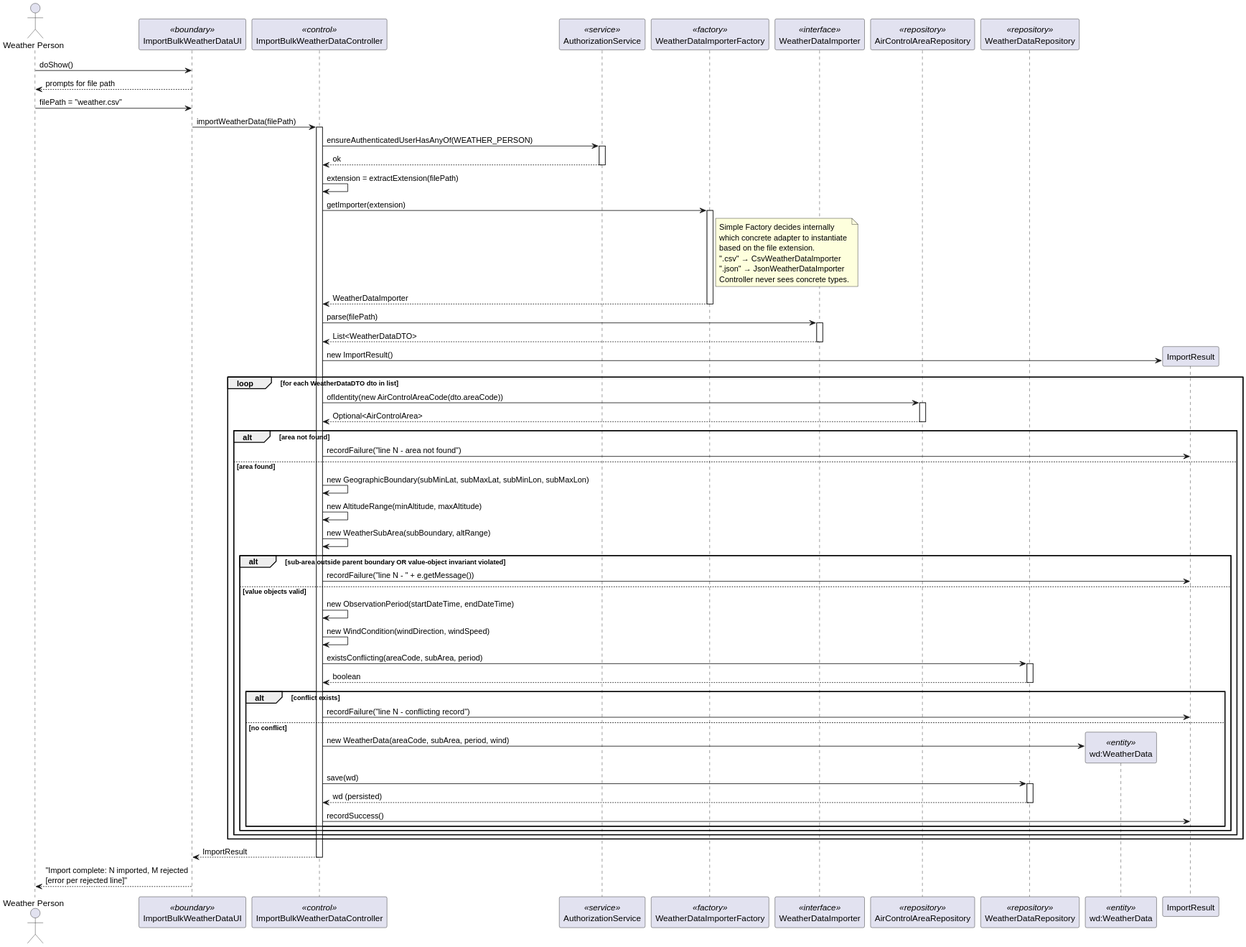
The PlantUML diagram docs/Sprint 3/EAPLI/US042/svg/US042_sequence_diagram.svg in DuartePinto1240/sem4pi2526-sem4pi2526_2da2, before a commit. Its diagram source:
```plantuml
@startuml
actor "Weather Person" as WP
participant ImportBulkWeatherDataUI as UI <<boundary>>
participant ImportBulkWeatherDataController as CTRL <<control>>
participant AuthorizationService as AUTHZ <<service>>
participant WeatherDataImporterFactory as FACTORY <<factory>>
participant WeatherDataImporter as IMPORTER <<interface>>
participant AirControlAreaRepository as AREA_REPO <<repository>>
participant WeatherDataRepository as WD_REPO <<repository>>
participant "wd:WeatherData" as WD <<entity>>
participant ImportResult as RESULT

WP -> UI : doShow()
UI --> WP : prompts for file path

WP -> UI : filePath = "weather.csv"

UI -> CTRL : importWeatherData(filePath)
activate CTRL

CTRL -> AUTHZ : ensureAuthenticatedUserHasAnyOf(WEATHER_PERSON)
activate AUTHZ
AUTHZ --> CTRL : ok
deactivate AUTHZ

CTRL -> CTRL : extension = extractExtension(filePath)
CTRL -> FACTORY : getImporter(extension)
activate FACTORY
note right of FACTORY
  Simple Factory decides internally
  which concrete adapter to instantiate
  based on the file extension.
  ".csv"  → CsvWeatherDataImporter
  ".json" → JsonWeatherDataImporter
  Controller never sees concrete types.
end note
FACTORY --> CTRL : WeatherDataImporter
deactivate FACTORY

CTRL -> IMPORTER : parse(filePath)
activate IMPORTER
IMPORTER --> CTRL : List<WeatherDataDTO>
deactivate IMPORTER

CTRL -> RESULT ** : new ImportResult()

loop for each WeatherDataDTO dto in list

  CTRL -> AREA_REPO : ofIdentity(new AirControlAreaCode(dto.areaCode))
  activate AREA_REPO
  AREA_REPO --> CTRL : Optional<AirControlArea>
  deactivate AREA_REPO

  alt area not found
    CTRL -> RESULT : recordFailure("line N - area not found")

  else area found

    CTRL -> CTRL : new GeographicBoundary(subMinLat, subMaxLat, subMinLon, subMaxLon)
    CTRL -> CTRL : new AltitudeRange(minAltitude, maxAltitude)
    CTRL -> CTRL : new WeatherSubArea(subBoundary, altRange)

    alt sub-area outside parent boundary OR value-object invariant violated
      CTRL -> RESULT : recordFailure("line N - " + e.getMessage())

    else value objects valid

      CTRL -> CTRL : new ObservationPeriod(startDateTime, endDateTime)
      CTRL -> CTRL : new WindCondition(windDirection, windSpeed)

      CTRL -> WD_REPO : existsConflicting(areaCode, subArea, period)
      activate WD_REPO
      WD_REPO --> CTRL : boolean
      deactivate WD_REPO

      alt conflict exists
        CTRL -> RESULT : recordFailure("line N - conflicting record")

      else no conflict
        CTRL -> WD ** : new WeatherData(areaCode, subArea, period, wind)
        CTRL -> WD_REPO : save(wd)
        activate WD_REPO
        WD_REPO --> CTRL : wd (persisted)
        deactivate WD_REPO
        CTRL -> RESULT : recordSuccess()
      end
    end
  end

end

CTRL --> UI : ImportResult
deactivate CTRL

UI --> WP : "Import complete: N imported, M rejected\n[error per rejected line]"
@enduml
```
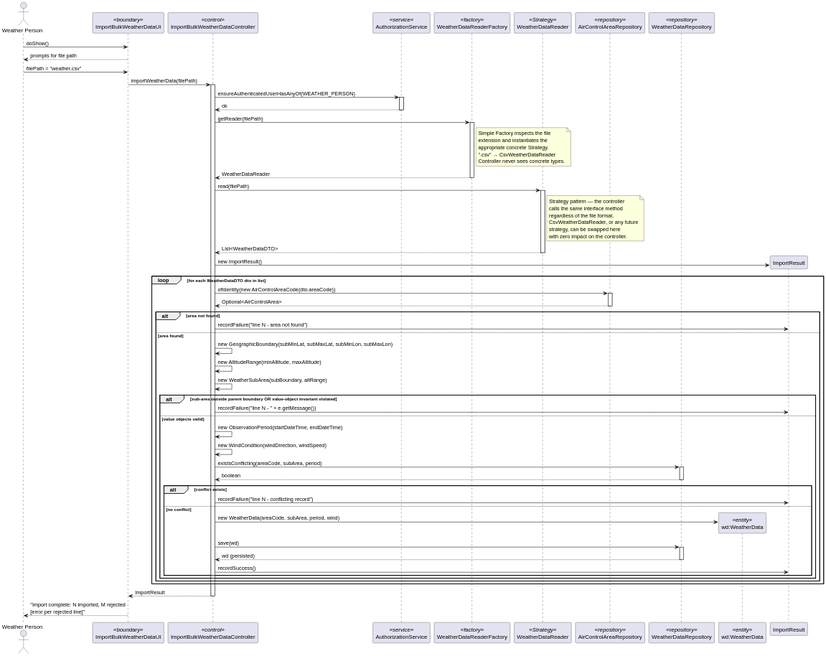
The same diagram one commit later.

Commit message:
US042: Update documentation and diagrams to replace Adapter with Strategy for reading file format #166 #167

What changed in the source:
```diff
@@ -3,8 +3,8 @@
 participant ImportBulkWeatherDataUI as UI <<boundary>>
 participant ImportBulkWeatherDataController as CTRL <<control>>
 participant AuthorizationService as AUTHZ <<service>>
-participant WeatherDataImporterFactory as FACTORY <<factory>>
-participant WeatherDataImporter as IMPORTER <<interface>>
+participant WeatherDataReaderFactory as FACTORY <<factory>>
+participant WeatherDataReader as READER <<Strategy>>
 participant AirControlAreaRepository as AREA_REPO <<repository>>
 participant WeatherDataRepository as WD_REPO <<repository>>
 participant "wd:WeatherData" as WD <<entity>>
@@ -23,24 +23,30 @@
 AUTHZ --> CTRL : ok
 deactivate AUTHZ
 
-CTRL -> CTRL : extension = extractExtension(filePath)
-CTRL -> FACTORY : getImporter(extension)
+CTRL -> FACTORY : getReader(filePath)
 activate FACTORY
 note right of FACTORY
-  Simple Factory decides internally
-  which concrete adapter to instantiate
-  based on the file extension.
-  ".csv"  → CsvWeatherDataImporter
-  ".json" → JsonWeatherDataImporter
+  Simple Factory inspects the file
+  extension and instantiates the
+  appropriate concrete Strategy.
+  ".csv" → CsvWeatherDataReader
   Controller never sees concrete types.
 end note
-FACTORY --> CTRL : WeatherDataImporter
+FACTORY --> CTRL : WeatherDataReader
 deactivate FACTORY
 
-CTRL -> IMPORTER : parse(filePath)
-activate IMPORTER
-IMPORTER --> CTRL : List<WeatherDataDTO>
-deactivate IMPORTER
+CTRL -> READER : read(filePath)
+note right of READER
+  Strategy pattern — the controller
+  calls the same interface method
+  regardless of the file format.
+  CsvWeatherDataReader, or any future
+  strategy, can be swapped here
+  with zero impact on the controller.
+end note
+activate READER
+READER --> CTRL : List<WeatherDataDTO>
+deactivate READER
 
 CTRL -> RESULT ** : new ImportResult()
 
```
